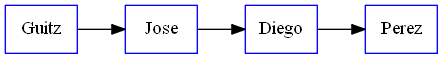
Above: Python/graficaLista.gv.png in 6mmario/Proyecto1 (Graphviz), before the change. Its source is kept beside it as Python/graficaLista.gv. The source it was exported from:
```dot
digraph G {
rankdir=LR
	node [color=blue shape=box]
		Guitz -> Jose
		Jose -> Diego
		Diego -> Perez
}
```
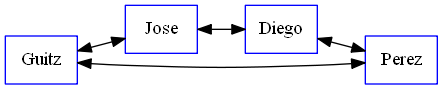
After the change.

Diff of the diagram source:
```diff
@@ -2,6 +2,11 @@
 rankdir=LR
 	node [color=blue shape=box]
 		Guitz -> Jose
+[dir=both]
 		Jose -> Diego
+[dir=both]
 		Diego -> Perez
+[dir=both]
+		Perez -> Guitz
+[dir=both]
 }
```
